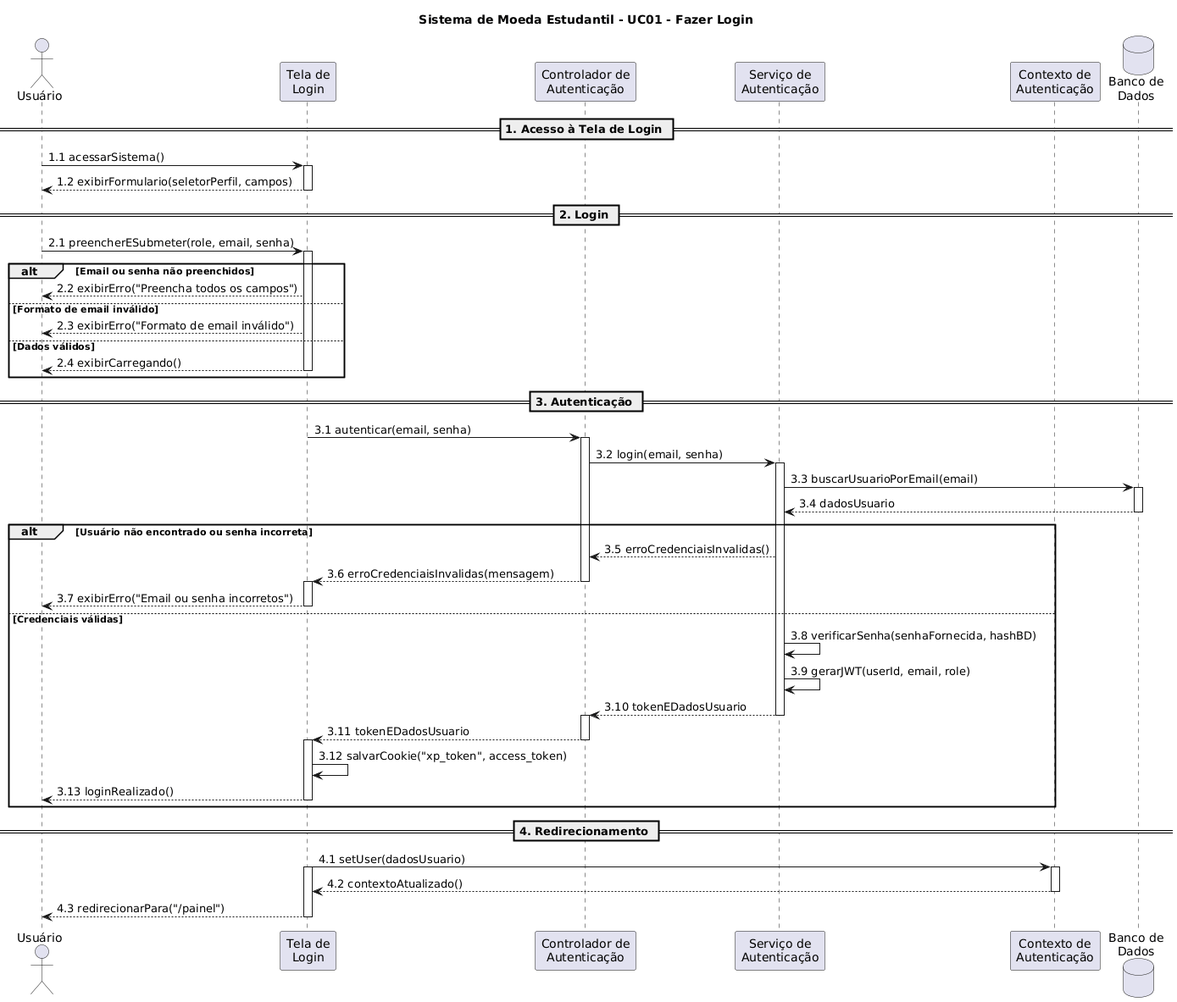
The PlantUML diagram docs/diagramas/Diagrama-de-sequencia/UC01/UC01-FazerLogin.png in LauraPontara/lab-sistema-moeda-estudantil, before a commit.
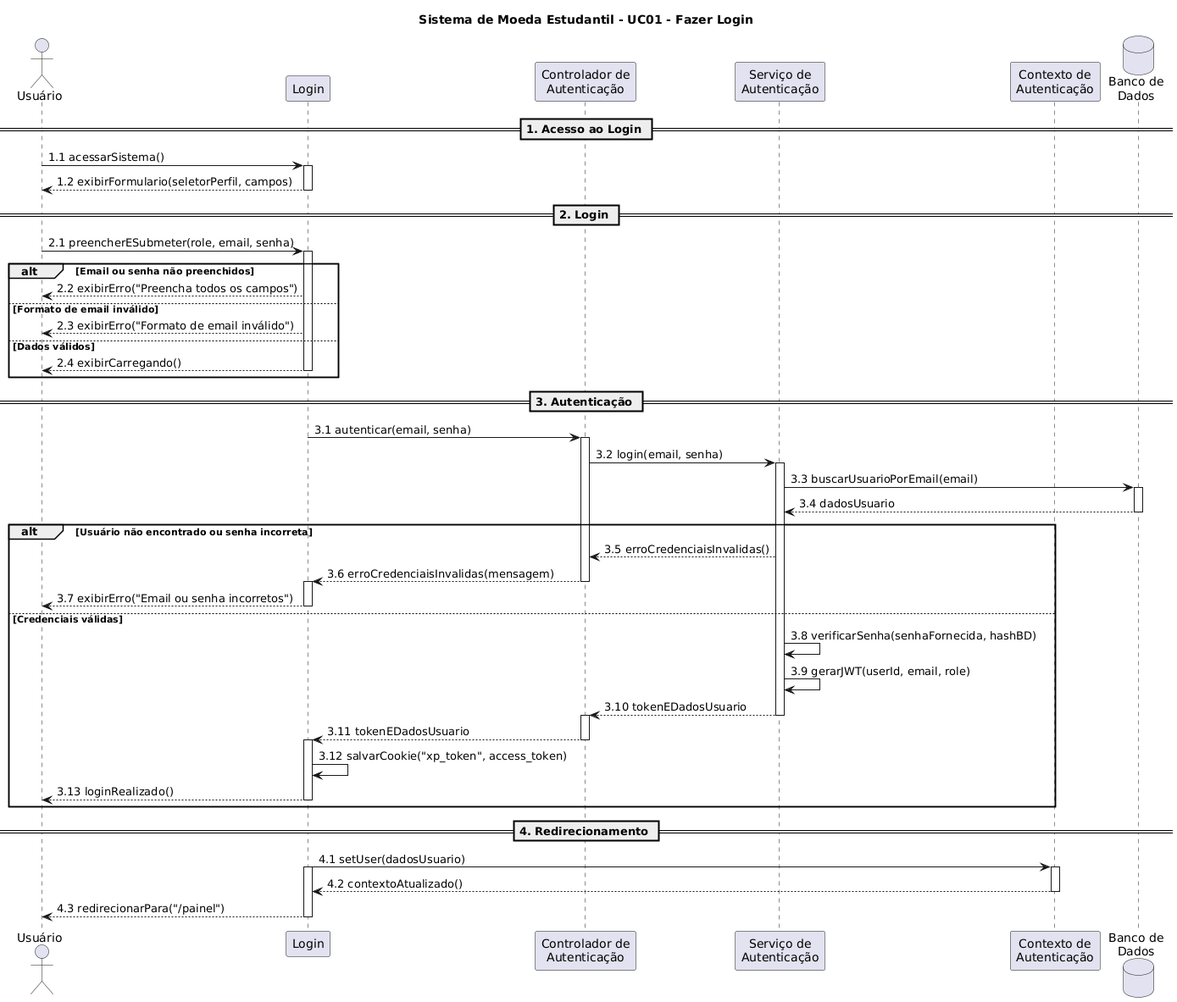
Above is the later version.

The edit, as a diff of the source:
```diff
@@ -2,13 +2,13 @@
 title Sistema de Moeda Estudantil - UC01 - Fazer Login
 
 actor "Usuário" as U
-participant "Tela de\nLogin" as TL
+participant "Login" as TL
 participant "Controlador de\nAutenticação" as CC
 participant "Serviço de\nAutenticação" as SA
 participant "Contexto de\nAutenticação" as AC
 database "Banco de\nDados" as BD
 
-== 1. Acesso à Tela de Login ==
+== 1. Acesso ao Login ==
 
 U -> TL: 1.1 acessarSistema()
 activate TL
```
